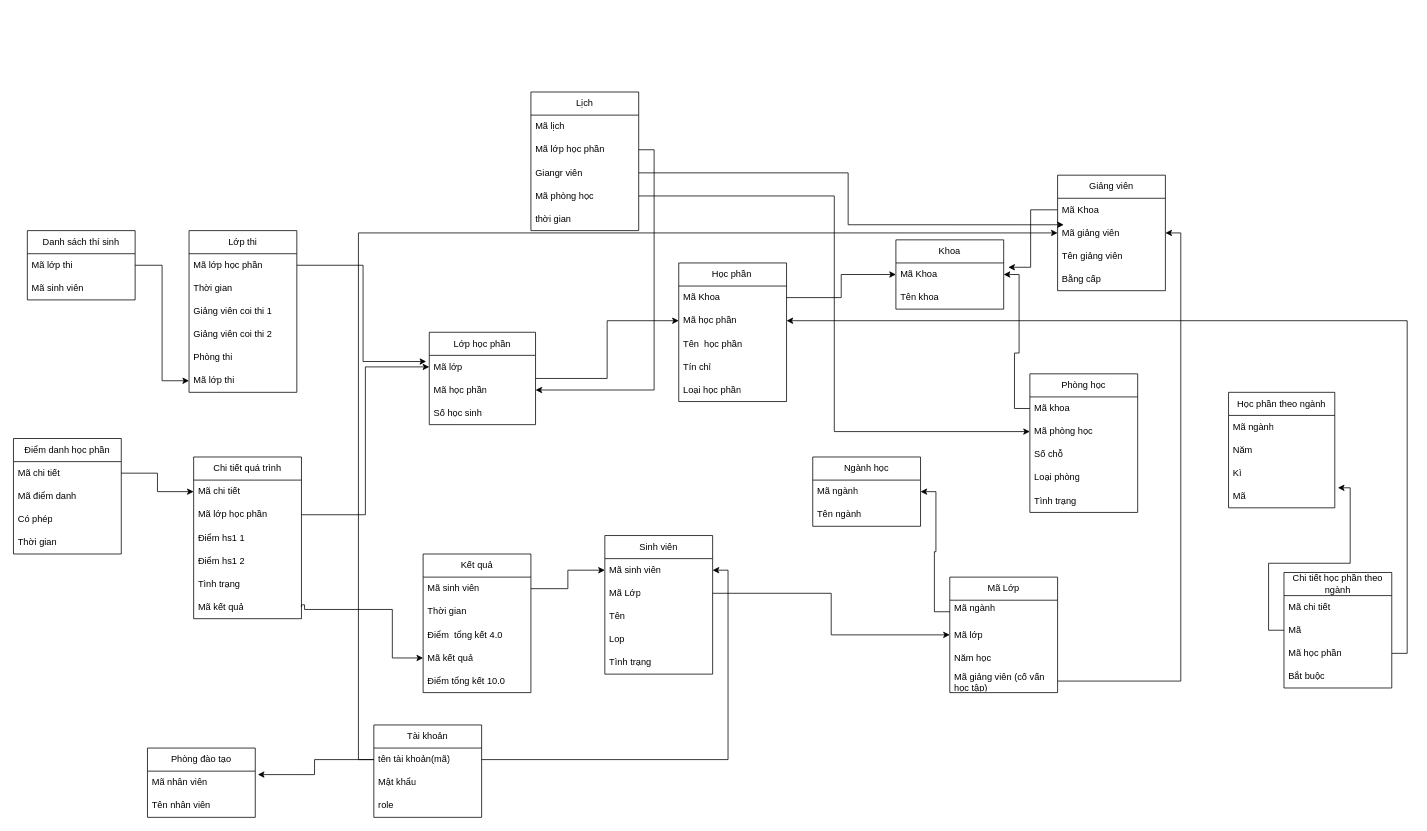
Before: Database.drawio in TranHuyHoang191103/Project-School, a draw.io diagram. Source tidied: cells renumbered, new cells numbered last; positions are measured from the earlier drawing's top-left corner, leaving out a move shared by most shapes. Both pictures are drawn from the tidied source at 77%, with x=0, y=0 at pixel (13, 92).
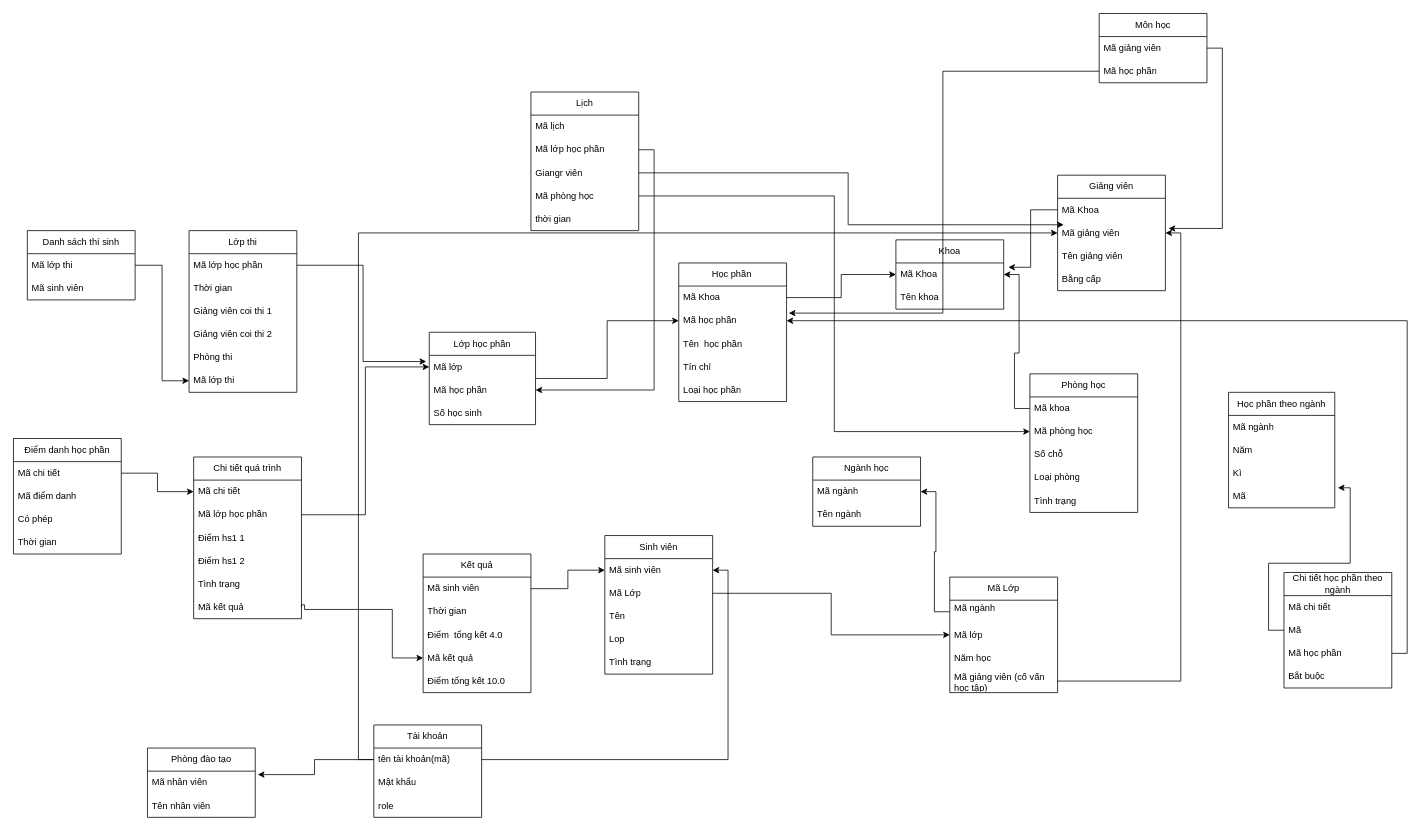
After the change.

Commit message (it also covers changes not shown here):
update database and sqlquery

Unchanged cells that the change refers to:
```xml
<mxCell id="7" value="Mã học phần" style="text;strokeColor=none;fillColor=none;align=left;verticalAlign=middle;spacingLeft=4;spacingRight=4;overflow=hidden;points=[[0,0.5],[1,0.5]];portConstraint=eastwest;whiteSpace=wrap;html=1;" parent="5" vertex="1">
  <mxGeometry y="60" width="140" height="30" as="geometry" />
</mxCell>
<mxCell id="13" value="Mã giảng viên&lt;span style=&quot;white-space: pre;&quot;&gt;&#9;&lt;/span&gt;" style="text;strokeColor=none;fillColor=none;align=left;verticalAlign=middle;spacingLeft=4;spacingRight=4;overflow=hidden;points=[[0,0.5],[1,0.5]];portConstraint=eastwest;whiteSpace=wrap;html=1;" parent="11" vertex="1">
  <mxGeometry y="60" width="140" height="30" as="geometry" />
</mxCell>
```

Change to the diagram source:
```diff
@@
+    <mxCell id="112" value="Môn học" style="swimlane;fontStyle=0;horizontal=1;startSize=30;whiteSpace=wrap;html=1;" parent="1" vertex="1">
+      <mxGeometry x="1410" y="-102" width="140" height="90" as="geometry" />
+    </mxCell>
+    <mxCell id="113" value="Mã giảng viên&amp;nbsp;" style="text;strokeColor=none;fillColor=none;align=left;verticalAlign=middle;spacingLeft=4;spacingRight=4;overflow=hidden;points=[[0,0.5],[1,0.5]];portConstraint=eastwest;whiteSpace=wrap;html=1;" parent="112" vertex="1">
+      <mxGeometry y="30" width="140" height="30" as="geometry" />
+    </mxCell>
+    <mxCell id="114" value="Mã học phần" style="text;strokeColor=none;fillColor=none;align=left;verticalAlign=middle;spacingLeft=4;spacingRight=4;overflow=hidden;points=[[0,0.5],[1,0.5]];portConstraint=eastwest;whiteSpace=wrap;html=1;" parent="112" vertex="1">
+      <mxGeometry y="60" width="140" height="30" as="geometry" />
+    </mxCell>
+    <mxCell id="115" style="edgeStyle=orthogonalEdgeStyle;rounded=0;jettySize=auto;html=1;entryX=1.03;entryY=0.307;entryDx=0;entryDy=0;entryPerimeter=0;exitX=1;exitY=0.5;exitDx=0;exitDy=0;" parent="1" edge="1" source="113" target="13">
+      <mxGeometry relative="1" as="geometry" />
+    </mxCell>
+    <mxCell id="116" style="edgeStyle=orthogonalEdgeStyle;rounded=0;jettySize=auto;html=1;exitX=0;exitY=0.5;exitDx=0;exitDy=0;entryX=1.021;entryY=0.171;entryDx=0;entryDy=0;entryPerimeter=0;" parent="1" edge="1" source="114" target="7">
+      <mxGeometry relative="1" as="geometry" />
+    </mxCell>
```
